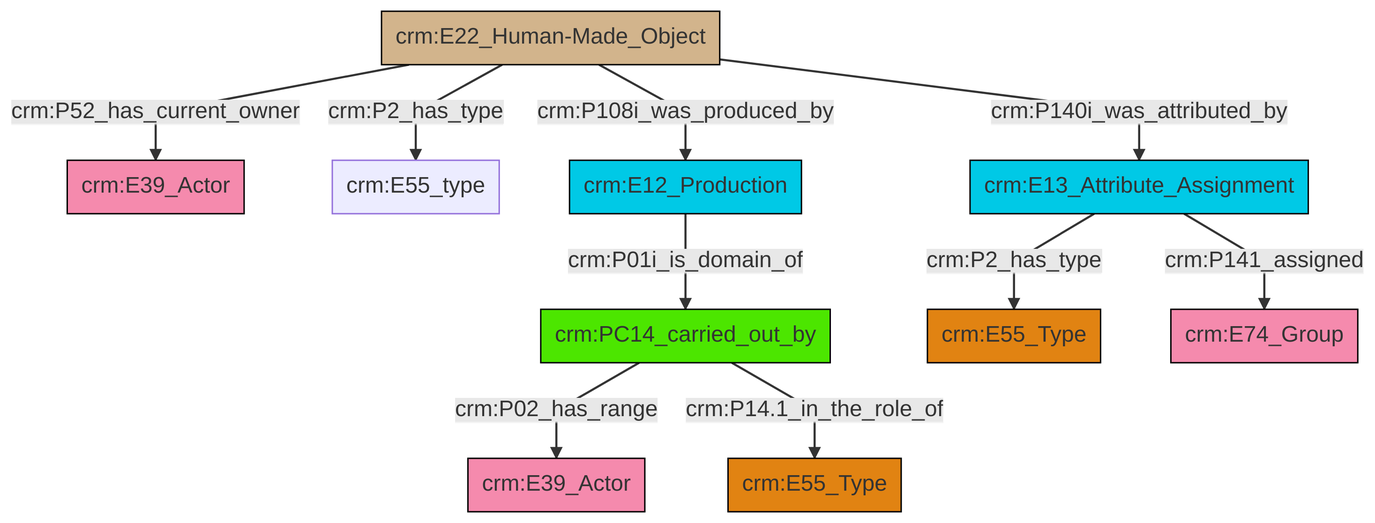
swiss-art-research-net/reference-data-models keeps this Mermaid diagram as et/builtWorkCSV/ttl/mmd/png/Built_Work_actor_relations.png. Above is the earlier version. Its source is kept beside it as et/builtWorkCSV/ttl/mmd/Built_Work_actor_relations.ttl.mmd.
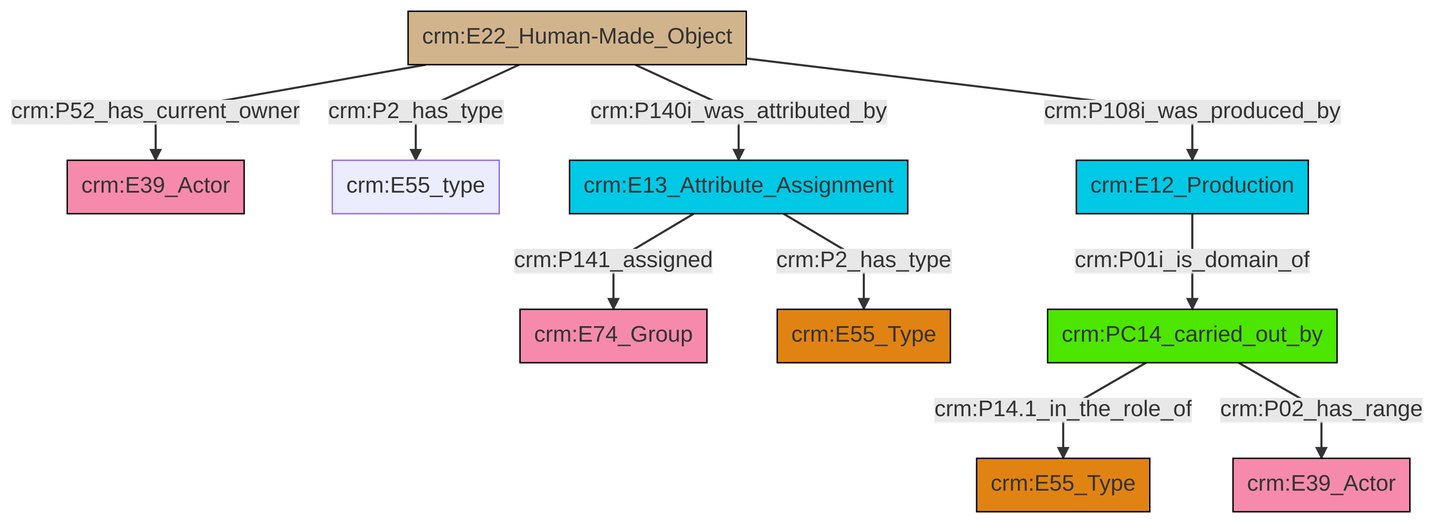
After the commit.

The edit, as a diff of the source:
```diff
@@ -13,12 +13,12 @@
 classDef PC_Classes fill:#4ce600, stroke:#000000;
 classDef Multi fill:#cccccc,stroke:#000000;
 
-2["crm:PC14_carried_out_by"]:::PC_Classes -->|crm:P02_has_range| 3["crm:E39_Actor"]:::Actor
-2["crm:PC14_carried_out_by"]:::PC_Classes -->|crm:P14.1_in_the_role_of| 9["crm:E55_Type"]:::Type
-11["crm:E22_Human-Made_Object"]:::Physical_Thing -->|crm:P108i_was_produced_by| 12["crm:E12_Production"]:::Temporal_Entity
-11["crm:E22_Human-Made_Object"]:::Physical_Thing -->|crm:P52_has_current_owner| 0["crm:E39_Actor"]:::Actor
-11["crm:E22_Human-Made_Object"]:::Physical_Thing -->|crm:P140i_was_attributed_by| 13["crm:E13_Attribute_Assignment"]:::Temporal_Entity
-13["crm:E13_Attribute_Assignment"]:::Temporal_Entity -->|crm:P2_has_type| 5["crm:E55_Type"]:::Type
-13["crm:E13_Attribute_Assignment"]:::Temporal_Entity -->|crm:P141_assigned| 15["crm:E74_Group"]:::Actor
-11["crm:E22_Human-Made_Object"]:::Physical_Thing -->|crm:P2_has_type| 7["crm:E55_type"]:::Default
-12["crm:E12_Production"]:::Temporal_Entity -->|crm:P01i_is_domain_of| 2["crm:PC14_carried_out_by"]:::PC_Classes
+0["crm:E22_Human-Made_Object"]:::Physical_Thing -->|crm:P52_has_current_owner| 2["crm:E39_Actor"]:::Actor
+0["crm:E22_Human-Made_Object"]:::Physical_Thing -->|crm:P2_has_type| 3["crm:E55_type"]:::Default
+0["crm:E22_Human-Made_Object"]:::Physical_Thing -->|crm:P140i_was_attributed_by| 10["crm:E13_Attribute_Assignment"]:::Temporal_Entity
+10["crm:E13_Attribute_Assignment"]:::Temporal_Entity -->|crm:P2_has_type| 8["crm:E55_Type"]:::Type
+14["crm:PC14_carried_out_by"]:::PC_Classes -->|crm:P14.1_in_the_role_of| 4["crm:E55_Type"]:::Type
+0["crm:E22_Human-Made_Object"]:::Physical_Thing -->|crm:P108i_was_produced_by| 11["crm:E12_Production"]:::Temporal_Entity
+10["crm:E13_Attribute_Assignment"]:::Temporal_Entity -->|crm:P141_assigned| 6["crm:E74_Group"]:::Actor
+11["crm:E12_Production"]:::Temporal_Entity -->|crm:P01i_is_domain_of| 14["crm:PC14_carried_out_by"]:::PC_Classes
+14["crm:PC14_carried_out_by"]:::PC_Classes -->|crm:P02_has_range| 18["crm:E39_Actor"]:::Actor
```
